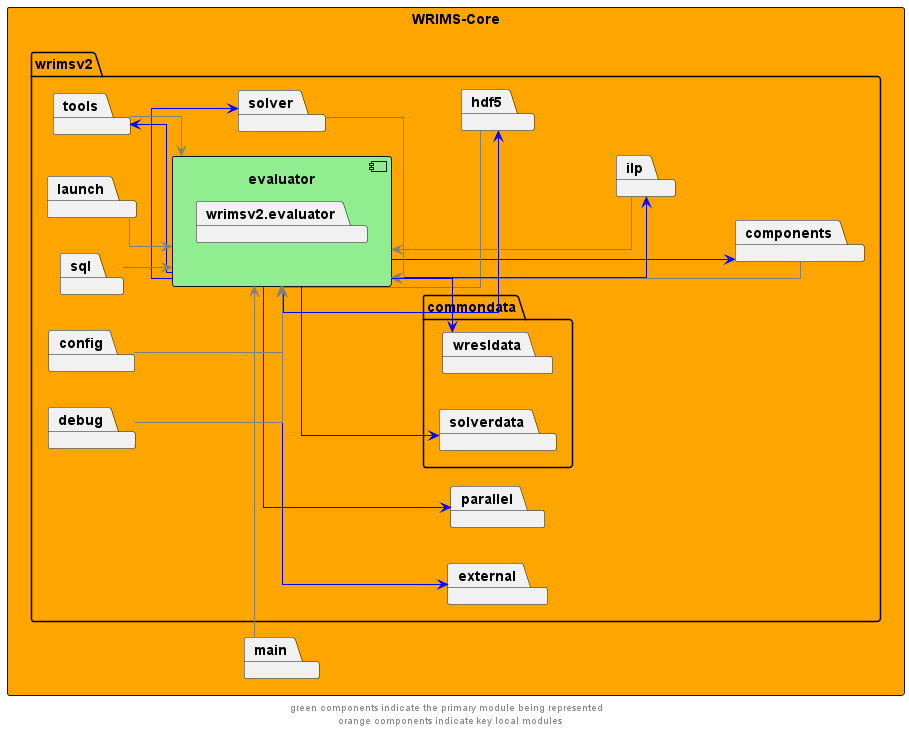
Earlier version of the PlantUML export docs/diagrams/wrims-core/wrims-core_evaluator.png (CentralValleyModeling/wrims).
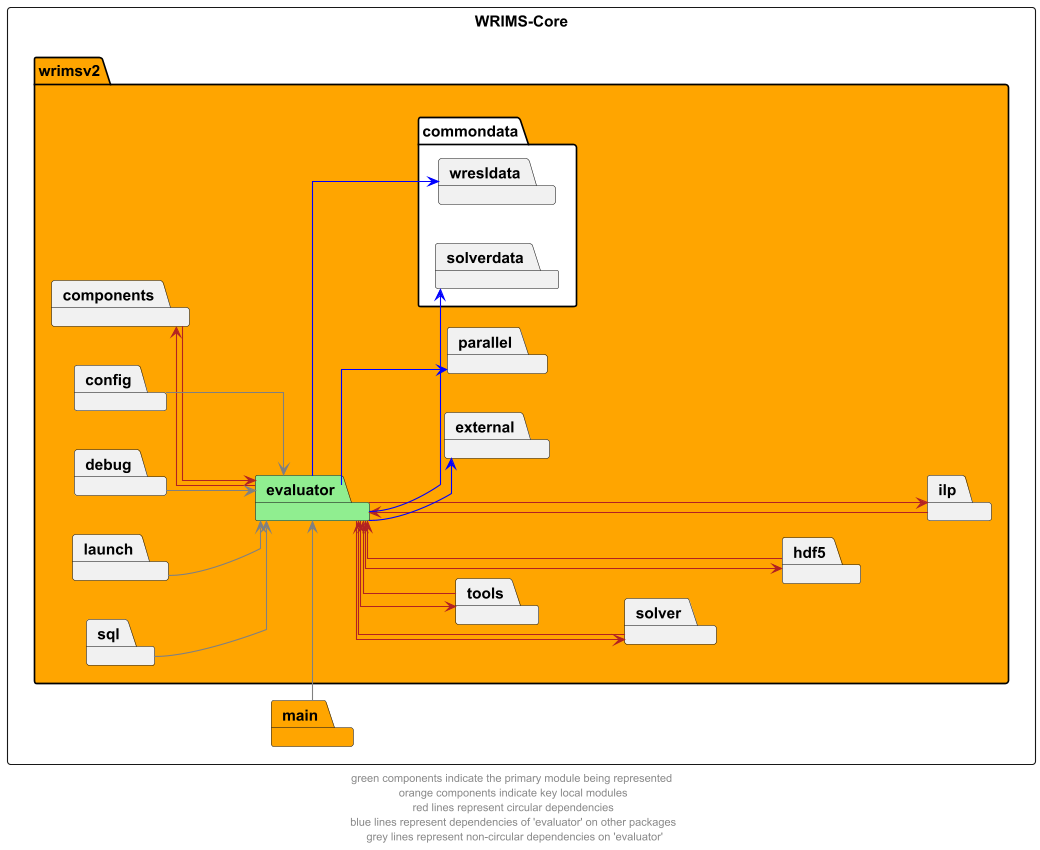
After the commit.

What changed in the source:
```diff
@@ -2,13 +2,10 @@
 left to right direction
 skinparam linetype ortho
 
-rectangle wrims_core as "WRIMS-Core" #orange {
-    package wrimsv2 {
-        component evaluator #lightgreen {
-            package wrimsv2.evaluator{
-            }
-        }
-        package commondata{
+rectangle wrims_core as "WRIMS-Core"{
+    package wrimsv2  #orange {
+        package evaluator #lightgreen
+        package commondata #white {
                 package wresldata
                 package solverdata
 
@@ -26,19 +23,19 @@
         package tools
 
     }
-package main
+package main #orange
 }
 
-evaluator --> components #blue
-components --> evaluator #grey
-evaluator --> hdf5 #blue
-hdf5 --> evaluator  #grey
-evaluator --> ilp #blue
-ilp --> evaluator  #grey
-evaluator --> solver #blue
-solver -left-> evaluator  #grey
-evaluator --> tools #blue
-tools --> evaluator  #grey
+evaluator --> components #firebrick
+components -r-> evaluator #firebrick
+evaluator --> hdf5 #firebrick
+hdf5 --> evaluator  #firebrick
+evaluator --> ilp #firebrick
+ilp --> evaluator  #firebrick
+evaluator --> solver #firebrick
+solver -left-> evaluator  #firebrick
+evaluator --> tools #firebrick
+tools --> evaluator  #firebrick
 
 evaluator --> external #blue
 evaluator --> parallel #blue
@@ -56,5 +53,5 @@
 hdf5 -up[hidden]-> solver
 solver -up[hidden]-> tools
 
-footer "green components indicate the primary module being represented \n orange components indicate key local modules"
+footer "green components indicate the primary module being represented \n orange components indicate key local modules \n red lines represent circular dependencies \n blue lines represent dependencies of 'evaluator' on other packages \n grey lines represent non-circular dependencies on 'evaluator'"
 @enduml
```
